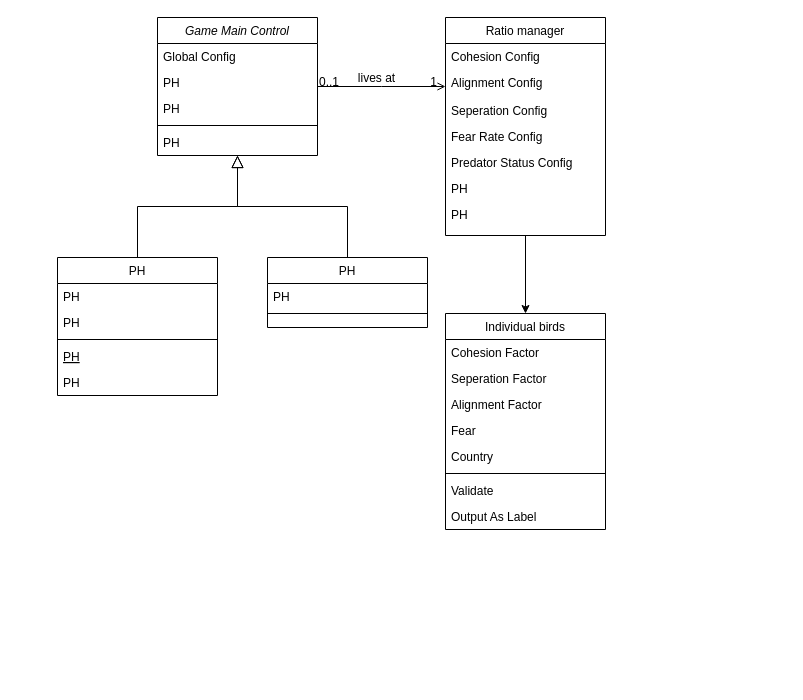
Before: boids_unity_struct_chart.drawio in TWCkaijin/AI_intro, a draw.io diagram. Source tidied: cells renumbered, new cells numbered last; positions are measured from the earlier drawing's top-left corner, leaving out a move shared by most shapes. Both pictures are drawn from the tidied source at 100%, with x=0, y=0 at pixel (57, 17).
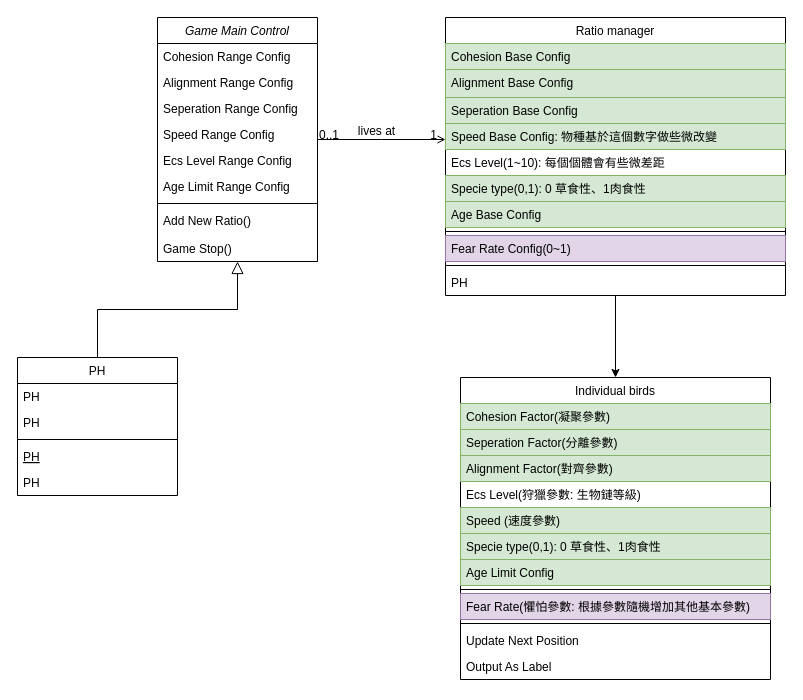
After the change.

Change to the diagram source:
```diff
@@
     <mxCell id="2" value="Game Main Control" style="swimlane;fontStyle=2;align=center;verticalAlign=top;horizontal=1;startSize=26;rounded=0;shadow=0;strokeWidth=1;" parent="1" vertex="1">
-      <mxGeometry x="100" width="160" height="138" as="geometry" />
+      <mxGeometry x="100" width="160" height="244" as="geometry" />
     </mxCell>
-    <mxCell id="3" value="Global Config" style="text;align=left;verticalAlign=top;spacingLeft=4;spacingRight=4;overflow=hidden;" parent="2" vertex="1">
+    <mxCell id="3" value="Cohesion Range Config" style="text;align=left;verticalAlign=top;spacingLeft=4;spacingRight=4;overflow=hidden;" parent="2" vertex="1">
       <mxGeometry y="26" width="160" height="26" as="geometry" />
     </mxCell>
-    <mxCell id="4" value="PH" style="text;align=left;verticalAlign=top;spacingLeft=4;spacingRight=4;overflow=hidden;rounded=0;shadow=0;html=0;" parent="2" vertex="1">
+    <mxCell id="4" value="Alignment Range Config" style="text;align=left;verticalAlign=top;spacingLeft=4;spacingRight=4;overflow=hidden;rounded=0;shadow=0;html=0;" parent="2" vertex="1">
       <mxGeometry y="52" width="160" height="26" as="geometry" />
     </mxCell>
-    <mxCell id="5" value="PH" style="text;align=left;verticalAlign=top;spacingLeft=4;spacingRight=4;overflow=hidden;rounded=0;shadow=0;html=0;" parent="2" vertex="1">
+    <mxCell id="5" value="Seperation Range Config" style="text;align=left;verticalAlign=top;spacingLeft=4;spacingRight=4;overflow=hidden;rounded=0;shadow=0;html=0;" parent="2" vertex="1">
       <mxGeometry y="78" width="160" height="26" as="geometry" />
     </mxCell>
+    <mxCell id="41" value="Speed Range Config" style="text;align=left;verticalAlign=top;spacingLeft=4;spacingRight=4;overflow=hidden;rounded=0;shadow=0;html=0;" parent="2" vertex="1">
+      <mxGeometry y="104" width="160" height="26" as="geometry" />
+    </mxCell>
+    <mxCell id="42" value="Ecs Level Range Config" style="text;align=left;verticalAlign=top;spacingLeft=4;spacingRight=4;overflow=hidden;rounded=0;shadow=0;html=0;" parent="2" vertex="1">
+      <mxGeometry y="130" width="160" height="26" as="geometry" />
+    </mxCell>
+    <mxCell id="43" value="Age Limit Range Config" style="text;align=left;verticalAlign=top;spacingLeft=4;spacingRight=4;overflow=hidden;rounded=0;shadow=0;html=0;" parent="2" vertex="1">
+      <mxGeometry y="156" width="160" height="26" as="geometry" />
+    </mxCell>
     <mxCell id="6" style="line;html=1;strokeWidth=1;align=left;verticalAlign=middle;spacingTop=-1;spacingLeft=3;spacingRight=3;labelPosition=right;" parent="2" vertex="1">
-      <mxGeometry y="104" width="160" height="8" as="geometry" />
+      <mxGeometry y="182" width="160" height="8" as="geometry" />
     </mxCell>
+    <mxCell id="44" value="Add New Ratio()" style="text;align=left;verticalAlign=top;spacingLeft=4;spacingRight=4;overflow=hidden;" parent="2" vertex="1">
+      <mxGeometry y="190" width="160" height="28" as="geometry" />
+    </mxCell>
-    <mxCell id="7" value="PH" style="text;align=left;verticalAlign=top;spacingLeft=4;spacingRight=4;overflow=hidden;" parent="2" vertex="1">
-      <mxGeometry y="112" width="160" height="26" as="geometry" />
+    <mxCell id="7" value="Game Stop()" style="text;align=left;verticalAlign=top;spacingLeft=4;spacingRight=4;overflow=hidden;" parent="2" vertex="1">
+      <mxGeometry y="218" width="160" height="26" as="geometry" />
     </mxCell>
     <mxCell id="8" value="PH" style="swimlane;fontStyle=0;align=center;verticalAlign=top;horizontal=1;startSize=26;rounded=0;shadow=0;strokeWidth=1;" parent="1" vertex="1">
-      <mxGeometry y="240" width="160" height="138" as="geometry" />
+      <mxGeometry x="-40" y="340" width="160" height="138" as="geometry" />
     </mxCell>
@@
-    <mxCell id="15" value="PH" style="swimlane;fontStyle=0;align=center;verticalAlign=top;horizontal=1;startSize=26;rounded=0;shadow=0;strokeWidth=1;" parent="1" vertex="1">
-      <mxGeometry x="210" y="240" width="160" height="70" as="geometry" />
-    </mxCell>
-    <mxCell id="16" value="PH" style="text;align=left;verticalAlign=top;spacingLeft=4;spacingRight=4;overflow=hidden;" parent="15" vertex="1">
-      <mxGeometry y="26" width="160" height="26" as="geometry" />
-    </mxCell>
-    <mxCell id="17" style="line;html=1;strokeWidth=1;align=left;verticalAlign=middle;spacingTop=-1;spacingLeft=3;spacingRight=3;labelPosition=right;" parent="15" vertex="1">
-      <mxGeometry y="52" width="160" height="8" as="geometry" />
-    </mxCell>
-    <mxCell id="18" style="endArrow=block;endSize=10;endFill=0;shadow=0;strokeWidth=1;rounded=0;curved=0;edgeStyle=elbowEdgeStyle;elbow=vertical;" parent="1" edge="1" source="15" target="2">
-      <mxGeometry relative="1" as="geometry" />
-    </mxCell>
@@
     <mxCell id="20" value="Ratio manager" style="swimlane;fontStyle=0;align=center;verticalAlign=top;horizontal=1;startSize=26;rounded=0;shadow=0;strokeWidth=1;swimlaneLine=1;" parent="1" vertex="1">
-      <mxGeometry x="388" width="160" height="218" as="geometry" />
+      <mxGeometry x="388" width="340" height="278" as="geometry" />
     </mxCell>
-    <mxCell id="21" value="Cohesion Config" style="text;align=left;verticalAlign=top;spacingLeft=4;spacingRight=4;overflow=hidden;" parent="20" vertex="1">
-      <mxGeometry y="26" width="160" height="26" as="geometry" />
+    <mxCell id="21" value="Cohesion Base Config " style="text;align=left;verticalAlign=top;spacingLeft=4;spacingRight=4;overflow=hidden;fillColor=#d5e8d4;strokeColor=#82b366;" parent="20" vertex="1">
+      <mxGeometry y="26" width="340" height="26" as="geometry" />
     </mxCell>
-    <mxCell id="22" value="Alignment Config" style="text;align=left;verticalAlign=top;spacingLeft=4;spacingRight=4;overflow=hidden;rounded=0;shadow=0;html=0;" parent="20" vertex="1">
-      <mxGeometry y="52" width="160" height="28" as="geometry" />
+    <mxCell id="22" value="Alignment Base Config" style="text;align=left;verticalAlign=top;spacingLeft=4;spacingRight=4;overflow=hidden;rounded=0;shadow=0;html=0;fillColor=#d5e8d4;strokeColor=#82b366;" parent="20" vertex="1">
+      <mxGeometry y="52" width="340" height="28" as="geometry" />
     </mxCell>
-    <mxCell id="23" value="Seperation Config" style="text;align=left;verticalAlign=top;spacingLeft=4;spacingRight=4;overflow=hidden;rounded=0;shadow=0;html=0;" parent="20" vertex="1">
-      <mxGeometry y="80" width="160" height="26" as="geometry" />
+    <mxCell id="23" value="Seperation Base Config" style="text;align=left;verticalAlign=top;spacingLeft=4;spacingRight=4;overflow=hidden;rounded=0;shadow=0;html=0;fillColor=#d5e8d4;strokeColor=#82b366;" parent="20" vertex="1">
+      <mxGeometry y="80" width="340" height="26" as="geometry" />
     </mxCell>
+    <mxCell id="45" value="Speed Base Config: 物種基於這個數字做些微改變" style="text;align=left;verticalAlign=top;spacingLeft=4;spacingRight=4;overflow=hidden;rounded=0;shadow=0;html=0;fillColor=#d5e8d4;strokeColor=#82b366;" parent="20" vertex="1">
+      <mxGeometry y="106" width="340" height="26" as="geometry" />
+    </mxCell>
+    <mxCell id="26" value="Ecs Level(1~10): 每個個體會有些微差距" style="text;align=left;verticalAlign=top;spacingLeft=4;spacingRight=4;overflow=hidden;" parent="20" vertex="1">
+      <mxGeometry y="132" width="340" height="26" as="geometry" />
+    </mxCell>
+    <mxCell id="25" value="Specie type(0,1): 0 草食性、1肉食性" style="text;align=left;verticalAlign=top;spacingLeft=4;spacingRight=4;overflow=hidden;rounded=0;shadow=0;html=0;fillColor=#d5e8d4;strokeColor=#82b366;" parent="20" vertex="1">
+      <mxGeometry y="158" width="340" height="26" as="geometry" />
+    </mxCell>
+    <mxCell id="46" value="Age Base Config" style="text;align=left;verticalAlign=top;spacingLeft=4;spacingRight=4;overflow=hidden;rounded=0;shadow=0;html=0;fillColor=#d5e8d4;strokeColor=#82b366;" parent="20" vertex="1">
+      <mxGeometry y="184" width="340" height="26" as="geometry" />
+    </mxCell>
+    <mxCell id="47" style="line;html=1;strokeWidth=1;align=left;verticalAlign=middle;spacingTop=-1;spacingLeft=3;spacingRight=3;labelPosition=right;" parent="20" vertex="1">
+      <mxGeometry y="210" width="340" height="8" as="geometry" />
+    </mxCell>
-    <mxCell id="24" value="Fear Rate Config" style="text;align=left;verticalAlign=top;spacingLeft=4;spacingRight=4;overflow=hidden;rounded=0;shadow=0;html=0;" parent="20" vertex="1">
-      <mxGeometry y="106" width="160" height="26" as="geometry" />
+    <mxCell id="24" value="Fear Rate Config(0~1)" style="text;align=left;verticalAlign=top;spacingLeft=4;spacingRight=4;overflow=hidden;rounded=0;shadow=0;html=0;fillColor=#e1d5e7;strokeColor=#9673a6;" parent="20" vertex="1">
+      <mxGeometry y="218" width="340" height="26" as="geometry" />
     </mxCell>
-    <mxCell id="25" value="Predator Status Config" style="text;align=left;verticalAlign=top;spacingLeft=4;spacingRight=4;overflow=hidden;rounded=0;shadow=0;html=0;" parent="20" vertex="1">
-      <mxGeometry y="132" width="160" height="26" as="geometry" />
-    </mxCell>
-    <mxCell id="26" value="PH" style="text;align=left;verticalAlign=top;spacingLeft=4;spacingRight=4;overflow=hidden;" parent="20" vertex="1">
-      <mxGeometry y="158" width="160" height="26" as="geometry" />
-    </mxCell>
+    <mxCell id="48" style="line;html=1;strokeWidth=1;align=left;verticalAlign=middle;spacingTop=-1;spacingLeft=3;spacingRight=3;labelPosition=right;" parent="20" vertex="1">
+      <mxGeometry y="244" width="340" height="8" as="geometry" />
+    </mxCell>
     <mxCell id="27" value="PH" style="text;align=left;verticalAlign=top;spacingLeft=4;spacingRight=4;overflow=hidden;" parent="20" vertex="1">
-      <mxGeometry y="184" width="160" height="26" as="geometry" />
+      <mxGeometry y="252" width="340" height="26" as="geometry" />
     </mxCell>
@@
     <mxCell id="32" value="Individual birds" style="swimlane;fontStyle=0;align=center;verticalAlign=top;horizontal=1;startSize=26;rounded=0;shadow=0;strokeWidth=1;" parent="1" vertex="1">
-      <mxGeometry x="388" y="296" width="160" height="216" as="geometry" />
+      <mxGeometry x="403" y="360" width="310" height="302" as="geometry" />
     </mxCell>
-    <mxCell id="33" value="Cohesion Factor" style="text;align=left;verticalAlign=top;spacingLeft=4;spacingRight=4;overflow=hidden;" parent="32" vertex="1">
-      <mxGeometry y="26" width="160" height="26" as="geometry" />
+    <mxCell id="33" value="Cohesion Factor(凝聚參數)" style="text;align=left;verticalAlign=top;spacingLeft=4;spacingRight=4;overflow=hidden;fillColor=#d5e8d4;strokeColor=#82b366;" parent="32" vertex="1">
+      <mxGeometry y="26" width="310" height="26" as="geometry" />
     </mxCell>
-    <mxCell id="34" value="Seperation Factor" style="text;align=left;verticalAlign=top;spacingLeft=4;spacingRight=4;overflow=hidden;rounded=0;shadow=0;html=0;" parent="32" vertex="1">
-      <mxGeometry y="52" width="160" height="26" as="geometry" />
+    <mxCell id="34" value="Seperation Factor(分離參數)" style="text;align=left;verticalAlign=top;spacingLeft=4;spacingRight=4;overflow=hidden;rounded=0;shadow=0;html=0;fillColor=#d5e8d4;strokeColor=#82b366;" parent="32" vertex="1">
+      <mxGeometry y="52" width="310" height="26" as="geometry" />
     </mxCell>
-    <mxCell id="35" value="Alignment Factor" style="text;align=left;verticalAlign=top;spacingLeft=4;spacingRight=4;overflow=hidden;rounded=0;shadow=0;html=0;" parent="32" vertex="1">
-      <mxGeometry y="78" width="160" height="26" as="geometry" />
+    <mxCell id="35" value="Alignment Factor(對齊參數)" style="text;align=left;verticalAlign=top;spacingLeft=4;spacingRight=4;overflow=hidden;rounded=0;shadow=0;html=0;fillColor=#d5e8d4;strokeColor=#82b366;" parent="32" vertex="1">
+      <mxGeometry y="78" width="310" height="26" as="geometry" />
     </mxCell>
+    <mxCell id="49" value="Ecs Level(狩獵參數: 生物鏈等級)" style="text;align=left;verticalAlign=top;spacingLeft=4;spacingRight=4;overflow=hidden;rounded=0;shadow=0;html=0;" parent="32" vertex="1">
+      <mxGeometry y="104" width="310" height="26" as="geometry" />
+    </mxCell>
+    <mxCell id="37" value="Speed (速度參數)" style="text;align=left;verticalAlign=top;spacingLeft=4;spacingRight=4;overflow=hidden;rounded=0;shadow=0;html=0;fillColor=#d5e8d4;strokeColor=#82b366;" parent="32" vertex="1">
+      <mxGeometry y="130" width="310" height="26" as="geometry" />
+    </mxCell>
-    <mxCell id="36" value="Fear " style="text;align=left;verticalAlign=top;spacingLeft=4;spacingRight=4;overflow=hidden;rounded=0;shadow=0;html=0;" parent="32" vertex="1">
-      <mxGeometry y="104" width="160" height="26" as="geometry" />
+    <mxCell id="36" value="Specie type(0,1): 0 草食性、1肉食性" style="text;align=left;verticalAlign=top;spacingLeft=4;spacingRight=4;overflow=hidden;rounded=0;shadow=0;html=0;fillColor=#d5e8d4;strokeColor=#82b366;" parent="32" vertex="1">
+      <mxGeometry y="156" width="310" height="26" as="geometry" />
     </mxCell>
-    <mxCell id="37" value="Country" style="text;align=left;verticalAlign=top;spacingLeft=4;spacingRight=4;overflow=hidden;rounded=0;shadow=0;html=0;" parent="32" vertex="1">
-      <mxGeometry y="130" width="160" height="26" as="geometry" />
-    </mxCell>
+    <mxCell id="50" value="Age Limit Config" style="text;align=left;verticalAlign=top;spacingLeft=4;spacingRight=4;overflow=hidden;rounded=0;shadow=0;html=0;fillColor=#d5e8d4;strokeColor=#82b366;" parent="32" vertex="1">
+      <mxGeometry y="182" width="310" height="26" as="geometry" />
+    </mxCell>
     <mxCell id="38" style="line;html=1;strokeWidth=1;align=left;verticalAlign=middle;spacingTop=-1;spacingLeft=3;spacingRight=3;labelPosition=right;" parent="32" vertex="1">
-      <mxGeometry y="156" width="160" height="8" as="geometry" />
+      <mxGeometry y="208" width="310" height="8" as="geometry" />
     </mxCell>
+    <mxCell id="51" value="Fear Rate(懼怕參數: 根據參數隨機增加其他基本參數)" style="text;align=left;verticalAlign=top;spacingLeft=4;spacingRight=4;overflow=hidden;rounded=0;shadow=0;html=0;fillColor=#e1d5e7;strokeColor=#9673a6;" parent="32" vertex="1">
+      <mxGeometry y="216" width="310" height="26" as="geometry" />
+    </mxCell>
+    <mxCell id="52" style="line;html=1;strokeWidth=1;align=left;verticalAlign=middle;spacingTop=-1;spacingLeft=3;spacingRight=3;labelPosition=right;" parent="32" vertex="1">
+      <mxGeometry y="242" width="310" height="8" as="geometry" />
+    </mxCell>
-    <mxCell id="39" value="Validate" style="text;align=left;verticalAlign=top;spacingLeft=4;spacingRight=4;overflow=hidden;" parent="32" vertex="1">
-      <mxGeometry y="164" width="160" height="26" as="geometry" />
+    <mxCell id="39" value="Update Next Position" style="text;align=left;verticalAlign=top;spacingLeft=4;spacingRight=4;overflow=hidden;" parent="32" vertex="1">
+      <mxGeometry y="250" width="310" height="26" as="geometry" />
     </mxCell>
     <mxCell id="40" value="Output As Label" style="text;align=left;verticalAlign=top;spacingLeft=4;spacingRight=4;overflow=hidden;" parent="32" vertex="1">
-      <mxGeometry y="190" width="160" height="26" as="geometry" />
+      <mxGeometry y="276" width="310" height="26" as="geometry" />
     </mxCell>
```
